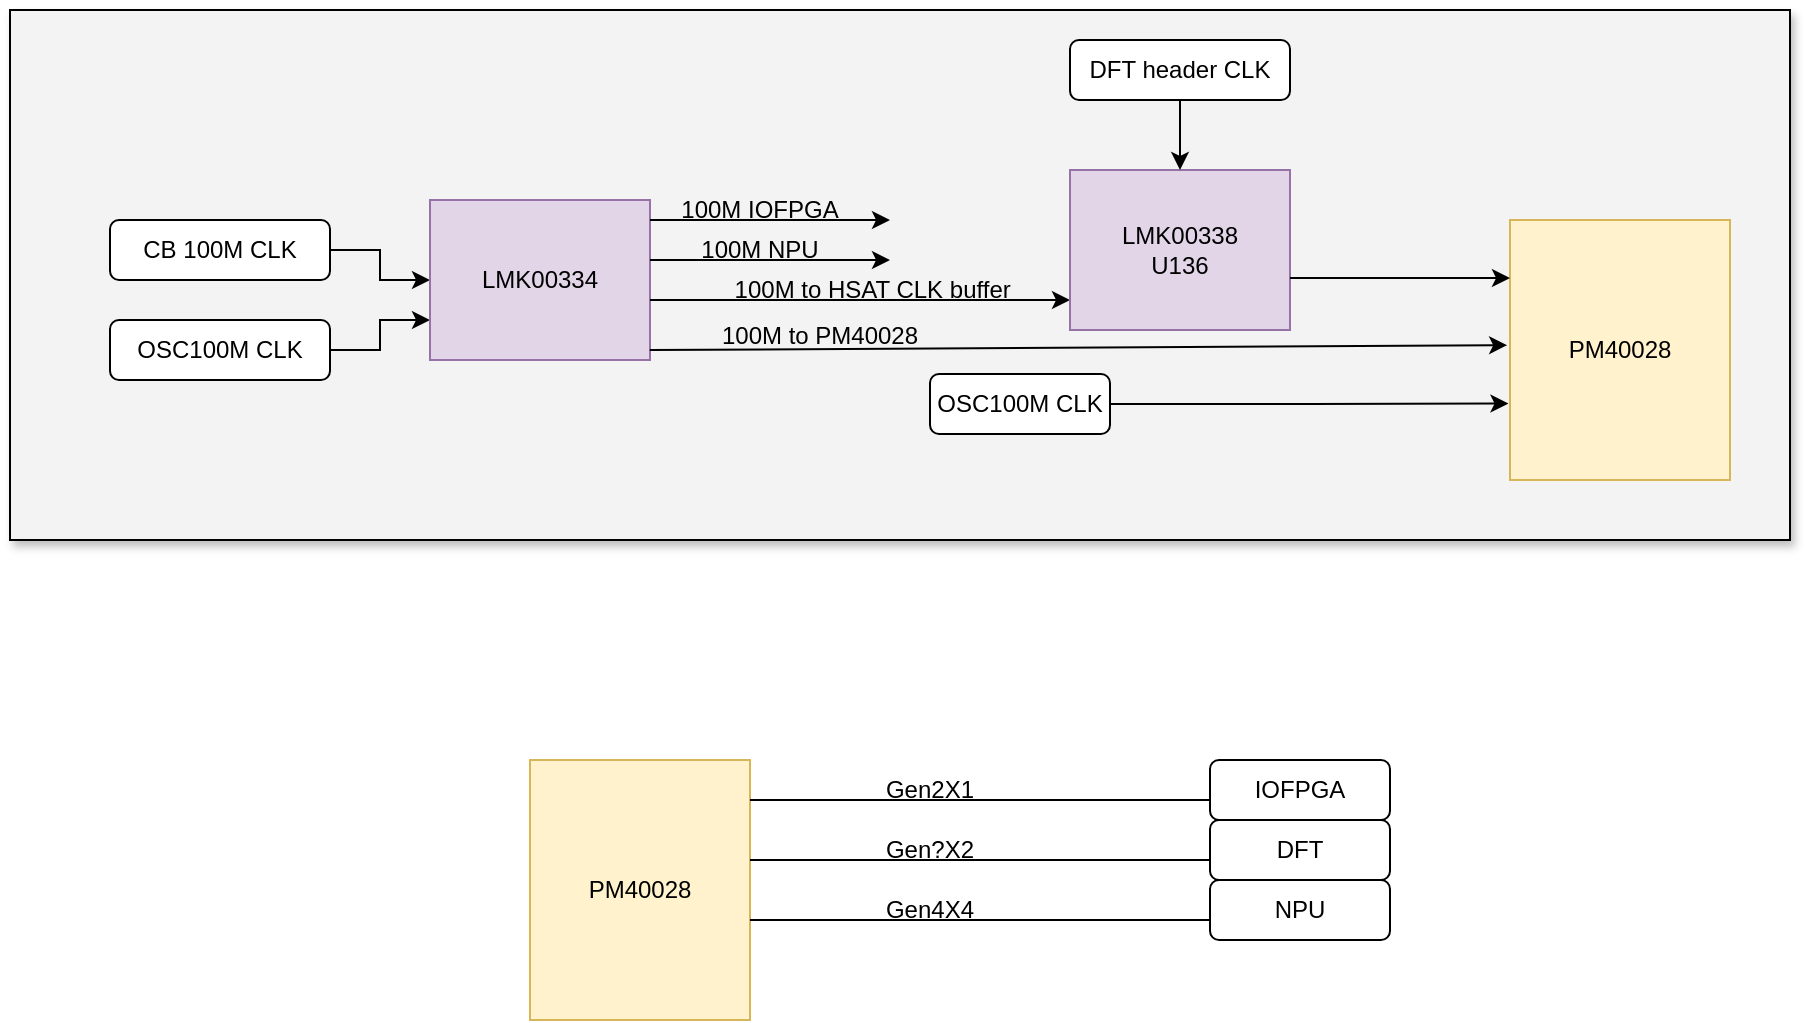
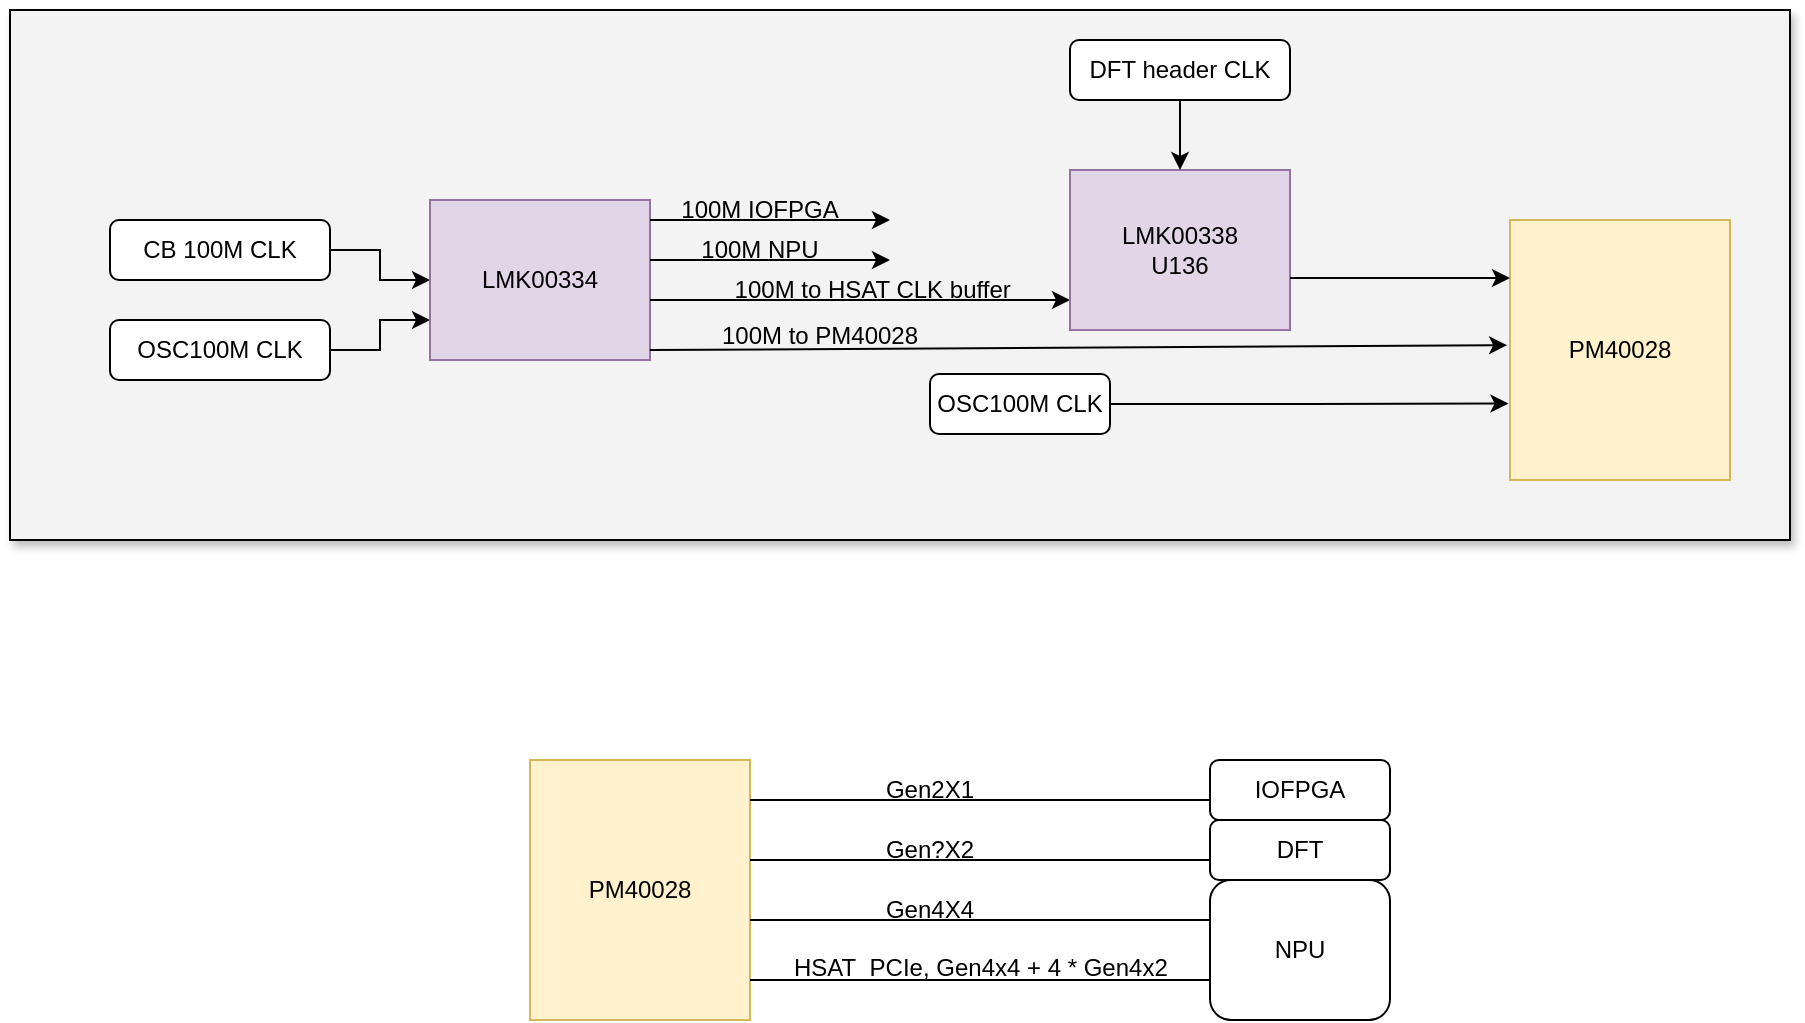
<mxfile host="app.diagrams.net">
  <diagram name="Page-1" id="cJ1i2ZrDSGZ8loSRIs3i">
    <mxGraphModel dx="1005" dy="500" grid="1" gridSize="10" guides="1" tooltips="1" connect="1" arrows="1" fold="1" page="1" pageScale="1" pageWidth="850" pageHeight="1100" math="0" shadow="0">
      <root>
        <mxCell id="0" />
        <mxCell id="1" parent="0" />
        <mxCell id="sCWqNb8X9fbYyOMFXr9O-35" parent="1" style="rounded=0;whiteSpace=wrap;html=1;shadow=1;fillColor=#F3F3F3;" value="" vertex="1">
          <mxGeometry height="265" width="890" x="150" y="95" as="geometry" />
        </mxCell>
        <mxCell id="sCWqNb8X9fbYyOMFXr9O-10" edge="1" parent="1" source="sCWqNb8X9fbYyOMFXr9O-2" style="edgeStyle=orthogonalEdgeStyle;rounded=0;orthogonalLoop=1;jettySize=auto;html=1;exitX=1;exitY=0.5;exitDx=0;exitDy=0;" target="sCWqNb8X9fbYyOMFXr9O-5">
          <mxGeometry relative="1" as="geometry" />
        </mxCell>
        <mxCell id="sCWqNb8X9fbYyOMFXr9O-2" parent="1" style="rounded=1;whiteSpace=wrap;html=1;" value="CB 100M CLK" vertex="1">
          <mxGeometry height="30" width="110" x="200" y="200" as="geometry" />
        </mxCell>
        <mxCell id="sCWqNb8X9fbYyOMFXr9O-9" edge="1" parent="1" source="sCWqNb8X9fbYyOMFXr9O-3" style="edgeStyle=orthogonalEdgeStyle;rounded=0;orthogonalLoop=1;jettySize=auto;html=1;exitX=1;exitY=0.5;exitDx=0;exitDy=0;entryX=0;entryY=0.75;entryDx=0;entryDy=0;" target="sCWqNb8X9fbYyOMFXr9O-5">
          <mxGeometry relative="1" as="geometry" />
        </mxCell>
        <mxCell id="sCWqNb8X9fbYyOMFXr9O-3" parent="1" style="rounded=1;whiteSpace=wrap;html=1;" value="OSC100M CLK" vertex="1">
          <mxGeometry height="30" width="110" x="200" y="250" as="geometry" />
        </mxCell>
        <mxCell id="sCWqNb8X9fbYyOMFXr9O-5" parent="1" style="rounded=0;whiteSpace=wrap;html=1;fillColor=#e1d5e7;strokeColor=#9673a6;" value="&lt;span style=&quot;text-align: left;&quot;&gt;LMK00334&lt;/span&gt;" vertex="1">
          <mxGeometry height="80" width="110" x="360" y="190" as="geometry" />
        </mxCell>
        <mxCell id="sCWqNb8X9fbYyOMFXr9O-11" edge="1" parent="1" style="endArrow=classic;html=1;rounded=0;" value="">
          <mxGeometry height="50" relative="1" width="50" as="geometry">
            <mxPoint x="470" y="200" as="sourcePoint" />
            <mxPoint x="590" y="200" as="targetPoint" />
          </mxGeometry>
        </mxCell>
        <mxCell id="sCWqNb8X9fbYyOMFXr9O-12" parent="1" style="text;html=1;whiteSpace=wrap;strokeColor=none;fillColor=none;align=center;verticalAlign=middle;rounded=0;" value="100M IOFPGA" vertex="1">
          <mxGeometry height="30" width="100" x="475" y="180" as="geometry" />
        </mxCell>
        <mxCell id="sCWqNb8X9fbYyOMFXr9O-13" edge="1" parent="1" style="endArrow=classic;html=1;rounded=0;" value="">
          <mxGeometry height="50" relative="1" width="50" as="geometry">
            <mxPoint x="470" y="220" as="sourcePoint" />
            <mxPoint x="590" y="220" as="targetPoint" />
          </mxGeometry>
        </mxCell>
        <mxCell id="sCWqNb8X9fbYyOMFXr9O-14" parent="1" style="text;html=1;whiteSpace=wrap;strokeColor=none;fillColor=none;align=center;verticalAlign=middle;rounded=0;" value="100M NPU" vertex="1">
          <mxGeometry height="30" width="200" x="425" y="200" as="geometry" />
        </mxCell>
        <mxCell id="sCWqNb8X9fbYyOMFXr9O-17" edge="1" parent="1" style="endArrow=classic;html=1;rounded=0;" value="">
          <mxGeometry height="50" relative="1" width="50" as="geometry">
            <mxPoint x="470" y="240" as="sourcePoint" />
            <mxPoint x="680" y="240" as="targetPoint" />
          </mxGeometry>
        </mxCell>
        <mxCell id="sCWqNb8X9fbYyOMFXr9O-18" parent="1" style="text;html=1;whiteSpace=wrap;strokeColor=none;fillColor=none;align=center;verticalAlign=middle;rounded=0;" value="100M to HSAT CLK buffer&amp;nbsp;" vertex="1">
          <mxGeometry height="30" width="230" x="468" y="220" as="geometry" />
        </mxCell>
        <mxCell id="sCWqNb8X9fbYyOMFXr9O-21" parent="1" style="text;html=1;whiteSpace=wrap;strokeColor=none;fillColor=none;align=center;verticalAlign=middle;rounded=0;" value="100M to PM40028" vertex="1">
          <mxGeometry height="30" width="230" x="440" y="243" as="geometry" />
        </mxCell>
        <mxCell id="sCWqNb8X9fbYyOMFXr9O-23" parent="1" style="rounded=1;whiteSpace=wrap;html=1;" value="OSC100M CLK" vertex="1">
          <mxGeometry height="30" width="90" x="610" y="277" as="geometry" />
        </mxCell>
        <mxCell id="sCWqNb8X9fbYyOMFXr9O-24" parent="1" style="rounded=0;whiteSpace=wrap;html=1;fillColor=#fff2cc;strokeColor=#d6b656;" value="&lt;span style=&quot;text-align: left;&quot;&gt;PM40028&lt;/span&gt;" vertex="1">
          <mxGeometry height="130" width="110" x="900" y="200" as="geometry" />
        </mxCell>
        <mxCell id="sCWqNb8X9fbYyOMFXr9O-25" edge="1" parent="1" source="sCWqNb8X9fbYyOMFXr9O-23" style="edgeStyle=orthogonalEdgeStyle;rounded=0;orthogonalLoop=1;jettySize=auto;html=1;exitX=1;exitY=0.5;exitDx=0;exitDy=0;entryX=-0.007;entryY=0.706;entryDx=0;entryDy=0;entryPerimeter=0;" target="sCWqNb8X9fbYyOMFXr9O-24">
          <mxGeometry relative="1" as="geometry" />
        </mxCell>
        <mxCell id="sCWqNb8X9fbYyOMFXr9O-28" parent="1" style="rounded=0;whiteSpace=wrap;html=1;fillColor=#e1d5e7;strokeColor=#9673a6;" value="&lt;span style=&quot;text-align: left;&quot;&gt;LMK00338&lt;/span&gt;&lt;div&gt;&lt;span style=&quot;text-align: left;&quot;&gt;U136&lt;/span&gt;&lt;/div&gt;" vertex="1">
          <mxGeometry height="80" width="110" x="680" y="175" as="geometry" />
        </mxCell>
        <mxCell id="sCWqNb8X9fbYyOMFXr9O-30" edge="1" parent="1" style="endArrow=classic;html=1;rounded=0;exitX=0.13;exitY=0.667;exitDx=0;exitDy=0;exitPerimeter=0;entryX=-0.013;entryY=0.443;entryDx=0;entryDy=0;entryPerimeter=0;" value="">
          <mxGeometry height="50" relative="1" width="50" as="geometry">
            <mxPoint x="469.9000000000001" y="265.01" as="sourcePoint" />
            <mxPoint x="898.5699999999999" y="262.59000000000003" as="targetPoint" />
          </mxGeometry>
        </mxCell>
        <mxCell id="sCWqNb8X9fbYyOMFXr9O-31" edge="1" parent="1" style="endArrow=classic;html=1;rounded=0;" value="">
          <mxGeometry height="50" relative="1" width="50" as="geometry">
            <mxPoint x="790" y="229" as="sourcePoint" />
            <mxPoint x="900" y="229" as="targetPoint" />
          </mxGeometry>
        </mxCell>
        <mxCell id="sCWqNb8X9fbYyOMFXr9O-33" edge="1" parent="1" source="sCWqNb8X9fbYyOMFXr9O-32" style="edgeStyle=orthogonalEdgeStyle;rounded=0;orthogonalLoop=1;jettySize=auto;html=1;exitX=0.5;exitY=1;exitDx=0;exitDy=0;entryX=0.5;entryY=0;entryDx=0;entryDy=0;" target="sCWqNb8X9fbYyOMFXr9O-28">
          <mxGeometry relative="1" as="geometry" />
        </mxCell>
        <mxCell id="sCWqNb8X9fbYyOMFXr9O-32" parent="1" style="rounded=1;whiteSpace=wrap;html=1;" value="DFT header CLK" vertex="1">
          <mxGeometry height="30" width="110" x="680" y="110" as="geometry" />
        </mxCell>
        <mxCell id="sCWqNb8X9fbYyOMFXr9O-34" parent="1" style="rounded=0;whiteSpace=wrap;html=1;fillColor=#fff2cc;strokeColor=#d6b656;" value="&lt;span style=&quot;text-align: left;&quot;&gt;PM40028&lt;/span&gt;" vertex="1">
          <mxGeometry height="130" width="110" x="410" y="470" as="geometry" />
        </mxCell>
        <mxCell id="sCWqNb8X9fbYyOMFXr9O-36" edge="1" parent="1" style="endArrow=none;html=1;rounded=0;" value="">
          <mxGeometry height="50" relative="1" width="50" as="geometry">
            <mxPoint x="520" y="490" as="sourcePoint" />
            <mxPoint x="750" y="490" as="targetPoint" />
          </mxGeometry>
        </mxCell>
        <mxCell id="sCWqNb8X9fbYyOMFXr9O-37" parent="1" style="text;html=1;whiteSpace=wrap;strokeColor=none;fillColor=none;align=center;verticalAlign=middle;rounded=0;" value="Gen2X1" vertex="1">
          <mxGeometry height="30" width="60" x="580" y="470" as="geometry" />
        </mxCell>
        <mxCell id="sCWqNb8X9fbYyOMFXr9O-38" parent="1" style="rounded=1;whiteSpace=wrap;html=1;" value="IOFPGA" vertex="1">
          <mxGeometry height="30" width="90" x="750" y="470" as="geometry" />
        </mxCell>
        <mxCell id="sCWqNb8X9fbYyOMFXr9O-39" edge="1" parent="1" style="endArrow=none;html=1;rounded=0;" value="">
          <mxGeometry height="50" relative="1" width="50" as="geometry">
            <mxPoint x="520" y="520" as="sourcePoint" />
            <mxPoint x="750" y="520" as="targetPoint" />
          </mxGeometry>
        </mxCell>
        <mxCell id="sCWqNb8X9fbYyOMFXr9O-41" parent="1" style="rounded=1;whiteSpace=wrap;html=1;" value="DFT" vertex="1">
          <mxGeometry height="30" width="90" x="750" y="500" as="geometry" />
        </mxCell>
        <mxCell id="sCWqNb8X9fbYyOMFXr9O-42" parent="1" style="text;html=1;whiteSpace=wrap;strokeColor=none;fillColor=none;align=center;verticalAlign=middle;rounded=0;" value="Gen?X2" vertex="1">
          <mxGeometry height="30" width="60" x="580" y="500" as="geometry" />
        </mxCell>
        <mxCell id="sCWqNb8X9fbYyOMFXr9O-43" edge="1" parent="1" style="endArrow=none;html=1;rounded=0;" value="">
          <mxGeometry height="50" relative="1" width="50" as="geometry">
            <mxPoint x="520" y="550" as="sourcePoint" />
            <mxPoint x="750" y="550" as="targetPoint" />
          </mxGeometry>
        </mxCell>
        <mxCell id="sCWqNb8X9fbYyOMFXr9O-44" parent="1" style="text;html=1;whiteSpace=wrap;strokeColor=none;fillColor=none;align=center;verticalAlign=middle;rounded=0;" value="Gen4X4" vertex="1">
          <mxGeometry height="30" width="60" x="580" y="530" as="geometry" />
        </mxCell>
        <mxCell id="sCWqNb8X9fbYyOMFXr9O-45" parent="1" style="rounded=1;whiteSpace=wrap;html=1;" value="NPU" vertex="1">
-           <mxGeometry height="30" width="90" x="750" y="530" as="geometry" />
+           <mxGeometry height="70" width="90" x="750" y="530" as="geometry" />
+         </mxCell>
+         <mxCell id="sCWqNb8X9fbYyOMFXr9O-46" parent="1" style="text;whiteSpace=wrap;" value="HSAT_PCIe, Gen4x4 + 4 * Gen4x2" vertex="1">
+           <mxGeometry height="40" width="220" x="540" y="560" as="geometry" />
+         </mxCell>
+         <mxCell id="sCWqNb8X9fbYyOMFXr9O-47" edge="1" parent="1" style="endArrow=none;html=1;rounded=0;" value="">
+           <mxGeometry height="50" relative="1" width="50" as="geometry">
+             <mxPoint x="520" y="580" as="sourcePoint" />
+             <mxPoint x="750" y="580" as="targetPoint" />
+           </mxGeometry>
        </mxCell>
      </root>
    </mxGraphModel>
  </diagram>
</mxfile>
